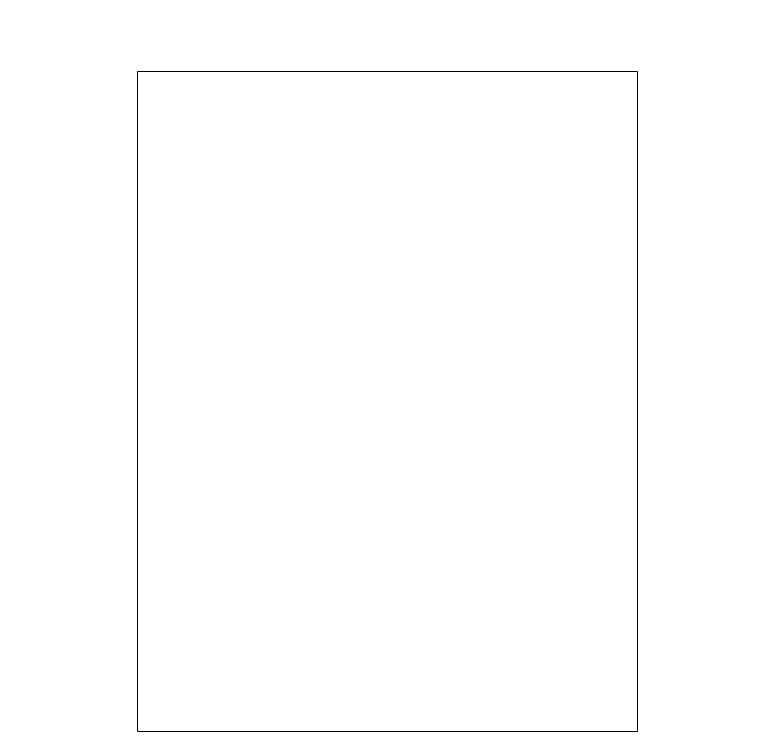
This is documentation/ui/Use_case_diagram.drawio from mtijas/lopokulu, a draw.io file, before an edit. Source tidied: cells renumbered, new cells numbered last; positions are measured from the earlier drawing's top-left corner, leaving out a move shared by most shapes. Both pictures are drawn from the tidied source at 100%, with x=0, y=0 at pixel (137, 71).
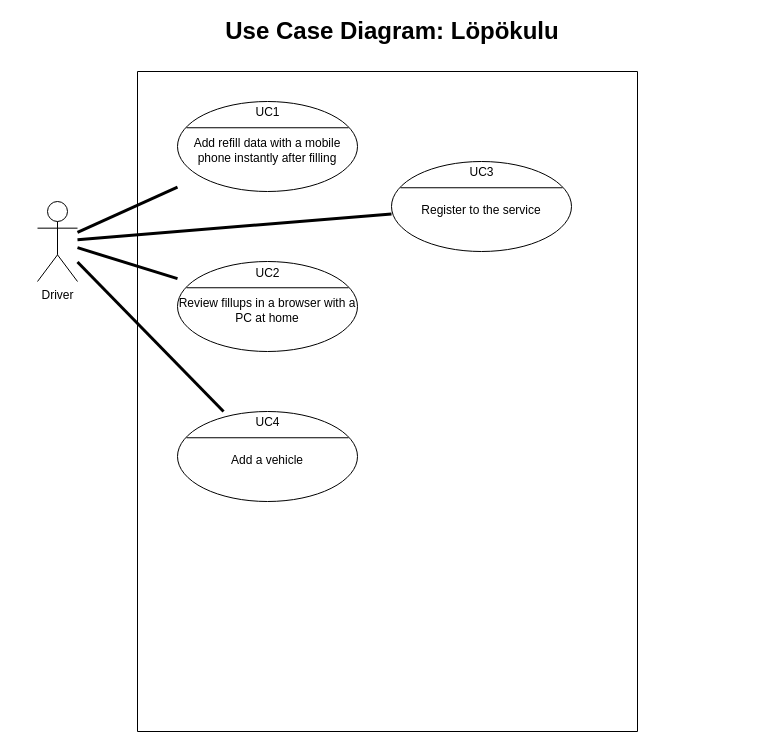
After the change.

The change refers to these unchanged cells:
```xml
<mxCell id="2" style="swimlane;startSize=0;" parent="1" vertex="1">
  <mxGeometry width="500" height="660" as="geometry" />
</mxCell>
```

The edit, as a diff of the source:
```diff
@@
+    <mxCell id="3" style="shape=ellipse;horizontal=1;html=1;dashed=0;" parent="2" vertex="1">
+      <mxGeometry x="40" y="30" width="180" height="90" as="geometry" />
+    </mxCell>
+    <mxCell id="4" value="UC1" style="html=1;strokeColor=none;fillColor=none;align=center;verticalAlign=middle;" parent="3" vertex="1">
+      <mxGeometry width="180" height="22.5" as="geometry" />
+    </mxCell>
+    <mxCell id="5" style="line;strokeWidth=1;fillColor=none;labelPosition=right;dashed=0;" parent="3" vertex="1">
+      <mxGeometry x="9" y="22.5" width="162" height="7.5" as="geometry" />
+    </mxCell>
+    <mxCell id="6" value="Add refill data with a mobile phone instantly after filling" style="text;html=1;align=center;verticalAlign=middle;whiteSpace=wrap;" parent="3" vertex="1">
+      <mxGeometry y="30" width="180" height="37.5" as="geometry" />
+    </mxCell>
+    <mxCell id="7" style="shape=ellipse;horizontal=1;html=1;dashed=0;" parent="2" vertex="1">
+      <mxGeometry x="40" y="190" width="180" height="90" as="geometry" />
+    </mxCell>
+    <mxCell id="8" value="UC2" style="html=1;strokeColor=none;fillColor=none;align=center;verticalAlign=middle;" parent="7" vertex="1">
+      <mxGeometry y="1" width="180" height="22.5" as="geometry" />
+    </mxCell>
+    <mxCell id="9" style="line;strokeWidth=1;fillColor=none;labelPosition=right;dashed=0;" parent="7" vertex="1">
+      <mxGeometry x="9" y="22.5" width="162" height="7.5" as="geometry" />
+    </mxCell>
+    <mxCell id="10" value="Review fillups in a browser with a PC at home" style="text;html=1;align=center;verticalAlign=middle;whiteSpace=wrap;" parent="7" vertex="1">
+      <mxGeometry y="30" width="180" height="37.5" as="geometry" />
+    </mxCell>
+    <mxCell id="11" style="shape=ellipse;horizontal=1;html=1;dashed=0;" parent="2" vertex="1">
+      <mxGeometry x="254" y="90" width="180" height="90" as="geometry" />
+    </mxCell>
+    <mxCell id="12" value="UC3" style="html=1;strokeColor=none;fillColor=none;align=center;verticalAlign=middle;" parent="11" vertex="1">
+      <mxGeometry width="180" height="22.5" as="geometry" />
+    </mxCell>
+    <mxCell id="13" style="line;strokeWidth=1;fillColor=none;labelPosition=right;dashed=0;" parent="11" vertex="1">
+      <mxGeometry x="9" y="22.5" width="162" height="7.5" as="geometry" />
+    </mxCell>
+    <mxCell id="14" value="Register to the service" style="text;html=1;align=center;verticalAlign=middle;whiteSpace=wrap;" parent="11" vertex="1">
+      <mxGeometry y="30" width="180" height="37.5" as="geometry" />
+    </mxCell>
+    <mxCell id="15" style="shape=ellipse;horizontal=1;html=1;dashed=0;" parent="2" vertex="1">
+      <mxGeometry x="40" y="340" width="180" height="90" as="geometry" />
+    </mxCell>
+    <mxCell id="16" value="UC4" style="html=1;strokeColor=none;fillColor=none;align=center;verticalAlign=middle;" parent="15" vertex="1">
+      <mxGeometry width="180" height="22.5" as="geometry" />
+    </mxCell>
+    <mxCell id="17" style="line;strokeWidth=1;fillColor=none;labelPosition=right;dashed=0;" parent="15" vertex="1">
+      <mxGeometry x="9" y="22.5" width="162" height="7.5" as="geometry" />
+    </mxCell>
+    <mxCell id="18" value="Add a vehicle" style="text;html=1;align=center;verticalAlign=middle;whiteSpace=wrap;" parent="15" vertex="1">
+      <mxGeometry y="30" width="180" height="37.5" as="geometry" />
+    </mxCell>
+    <mxCell id="19" value="Driver" style="shape=umlActor;verticalLabelPosition=bottom;verticalAlign=top;html=1;outlineConnect=0;" parent="1" vertex="1">
+      <mxGeometry x="-100" y="130" width="40" height="80" as="geometry" />
+    </mxCell>
+    <mxCell id="20" style="endArrow=none;startArrow=none;endFill=0;startFill=0;endSize=8;html=1;verticalAlign=bottom;labelBackgroundColor=none;strokeWidth=3;" parent="1" edge="1" source="19" target="3">
+      <mxGeometry relative="1" as="geometry" />
+    </mxCell>
+    <mxCell id="21" style="endArrow=none;startArrow=none;endFill=0;startFill=0;endSize=8;html=1;verticalAlign=bottom;labelBackgroundColor=none;strokeWidth=3;" parent="1" edge="1" source="19" target="7">
+      <mxGeometry relative="1" as="geometry" />
+    </mxCell>
+    <mxCell id="22" value="&lt;font style=&quot;font-size: 24px&quot;&gt;&lt;b&gt;Use Case Diagram: Löpökulu&lt;/b&gt;&lt;/font&gt;" style="text;html=1;strokeColor=none;fillColor=none;align=center;verticalAlign=middle;whiteSpace=wrap;rounded=0;" parent="1" vertex="1">
+      <mxGeometry x="-120" y="-50" width="750" height="20" as="geometry" />
+    </mxCell>
+    <mxCell id="23" style="endArrow=none;startArrow=none;endFill=0;startFill=0;endSize=8;html=1;verticalAlign=bottom;labelBackgroundColor=none;strokeWidth=3;" parent="1" edge="1" source="19" target="11">
+      <mxGeometry relative="1" as="geometry" />
+    </mxCell>
+    <mxCell id="24" style="endArrow=none;startArrow=none;endFill=0;startFill=0;endSize=8;html=1;verticalAlign=bottom;labelBackgroundColor=none;strokeWidth=3;" parent="1" edge="1" source="19" target="15">
+      <mxGeometry relative="1" as="geometry" />
+    </mxCell>
```
